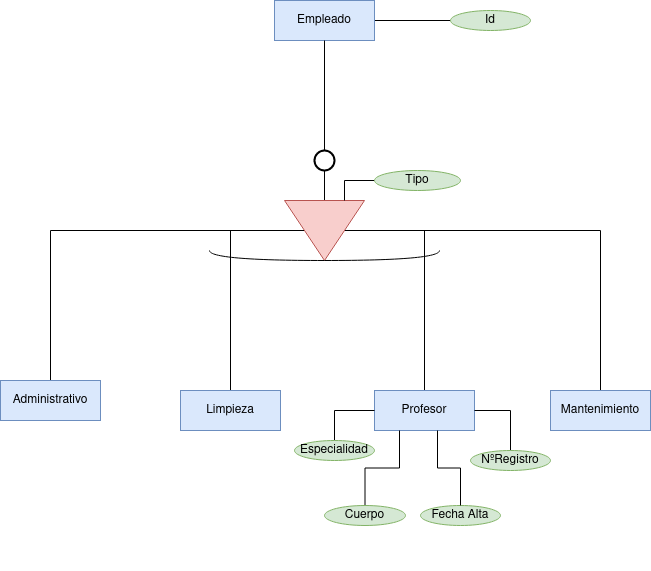
GgbGabrielGarcia/Base-Datos keeps this draw.io diagram as Unidad-1/Tareas/Tarea-2-3/Tarea 8.drawio.png. Above is the earlier version. Source tidied: cells renumbered, new cells last; positions are measured from the earlier drawing's top-left corner, leaving out a move shared by most shapes.
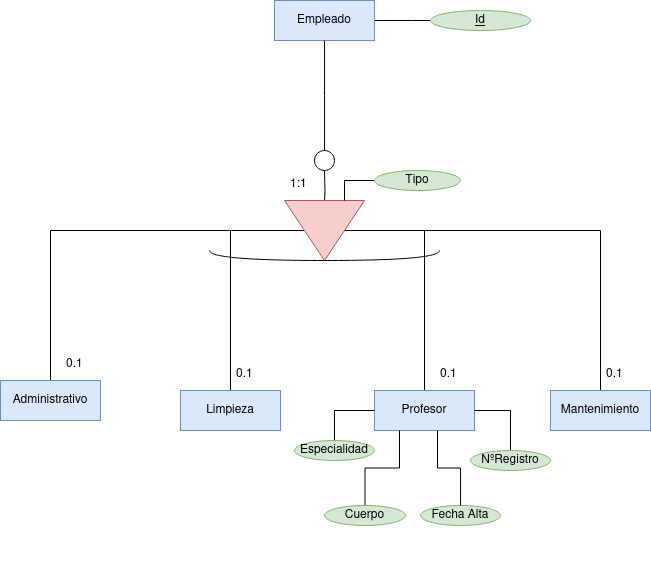
After the change.

Diff of the diagram source:
```diff
@@ -2,11 +2,15 @@
   <root>
     <mxCell id="0" />
     <mxCell id="1" parent="0" />
-    <mxCell id="2" style="edgeStyle=orthogonalEdgeStyle;rounded=0;jettySize=auto;html=1;endArrow=none;endFill=0;" parent="1" edge="1" source="28" target="8">
-      <mxGeometry relative="1" as="geometry" />
+    <mxCell id="2" style="edgeStyle=orthogonalEdgeStyle;rounded=0;jettySize=auto;html=1;endArrow=none;endFill=0;" parent="1" edge="1" target="8">
+      <mxGeometry relative="1" as="geometry">
+        <mxPoint x="324" y="170" as="sourcePoint" />
+      </mxGeometry>
     </mxCell>
-    <mxCell id="3" style="edgeStyle=orthogonalEdgeStyle;rounded=0;jettySize=auto;html=1;endArrow=none;endFill=0;" parent="1" edge="1" source="4" target="24">
-      <mxGeometry relative="1" as="geometry" />
+    <mxCell id="3" style="edgeStyle=orthogonalEdgeStyle;rounded=0;jettySize=auto;html=1;endArrow=none;endFill=0;" parent="1" edge="1" source="4">
+      <mxGeometry relative="1" as="geometry">
+        <mxPoint x="450" y="20" as="targetPoint" />
+      </mxGeometry>
     </mxCell>
     <mxCell id="4" value="Empleado" style="whiteSpace=wrap;html=1;align=center;fillColor=#dae8fc;strokeColor=#6c8ebf;" parent="1" vertex="1">
       <mxGeometry x="274" width="100" height="40" as="geometry" />
@@ -70,20 +74,37 @@
     <mxCell id="23" style="edgeStyle=orthogonalEdgeStyle;rounded=0;jettySize=auto;html=1;entryX=0.63;entryY=1;entryDx=0;entryDy=0;entryPerimeter=0;endArrow=none;endFill=0;" parent="1" edge="1" source="20" target="11">
       <mxGeometry relative="1" as="geometry" />
     </mxCell>
-    <mxCell id="24" value="Id" style="ellipse;whiteSpace=wrap;html=1;align=center;fillColor=#d5e8d4;strokeColor=#82b366;" parent="1" vertex="1">
-      <mxGeometry x="450" y="10" width="80" height="20" as="geometry" />
-    </mxCell>
     <mxCell id="25" style="edgeStyle=orthogonalEdgeStyle;rounded=0;jettySize=auto;html=1;entryX=0;entryY=0.25;entryDx=0;entryDy=0;endArrow=none;endFill=0;" parent="1" edge="1" source="26" target="8">
       <mxGeometry relative="1" as="geometry" />
     </mxCell>
     <mxCell id="26" value="Tipo" style="ellipse;whiteSpace=wrap;html=1;align=center;fillColor=#d5e8d4;strokeColor=#82b366;" parent="1" vertex="1">
       <mxGeometry x="374" y="170" width="86" height="20" as="geometry" />
     </mxCell>
-    <mxCell id="27" style="edgeStyle=orthogonalEdgeStyle;rounded=0;jettySize=auto;html=1;endArrow=none;endFill=0;" parent="1" edge="1" source="4" target="28">
-      <mxGeometry relative="1" as="geometry" />
+    <mxCell id="27" style="edgeStyle=orthogonalEdgeStyle;rounded=0;jettySize=auto;html=1;endArrow=none;endFill=0;" parent="1" edge="1" source="4">
+      <mxGeometry relative="1" as="geometry">
+        <mxPoint x="324" y="150" as="targetPoint" />
+      </mxGeometry>
     </mxCell>
-    <mxCell id="28" style="strokeWidth=2;html=1;shape=mxgraph.flowchart.start_2;whiteSpace=wrap;" parent="1" vertex="1">
-      <mxGeometry x="314" y="150" width="20" height="20" as="geometry" />
-    </mxCell>
+    <mxCell id="29" value="1:1" style="text;strokeColor=none;fillColor=none;spacingLeft=4;spacingRight=4;overflow=hidden;fontSize=12;whiteSpace=wrap;html=1;" parent="1" vertex="1">
+      <mxGeometry x="284" y="170" width="40" height="30" as="geometry" />
+    </mxCell>
+    <mxCell id="30" value="0.1" style="text;strokeColor=none;fillColor=none;spacingLeft=4;spacingRight=4;overflow=hidden;fontSize=12;whiteSpace=wrap;html=1;" parent="1" vertex="1">
+      <mxGeometry x="60" y="350" width="40" height="30" as="geometry" />
+    </mxCell>
+    <mxCell id="31" value="0.1" style="text;strokeColor=none;fillColor=none;spacingLeft=4;spacingRight=4;overflow=hidden;fontSize=12;whiteSpace=wrap;html=1;" parent="1" vertex="1">
+      <mxGeometry x="230" y="360" width="40" height="30" as="geometry" />
+    </mxCell>
+    <mxCell id="32" value="0.1" style="text;strokeColor=none;fillColor=none;spacingLeft=4;spacingRight=4;overflow=hidden;fontSize=12;whiteSpace=wrap;html=1;" parent="1" vertex="1">
+      <mxGeometry x="434" y="360" width="40" height="30" as="geometry" />
+    </mxCell>
+    <mxCell id="33" value="0.1" style="text;strokeColor=none;fillColor=none;spacingLeft=4;spacingRight=4;overflow=hidden;fontSize=12;whiteSpace=wrap;html=1;" parent="1" vertex="1">
+      <mxGeometry x="600" y="360" width="40" height="30" as="geometry" />
+    </mxCell>
+    <mxCell id="34" style="ellipse;whiteSpace=wrap;html=1;" parent="1" vertex="1">
+      <mxGeometry x="314" y="150" width="20" height="20" as="geometry" />
+    </mxCell>
+    <mxCell id="24" value="Id" style="ellipse;whiteSpace=wrap;html=1;align=center;fontStyle=4;fillColor=#d5e8d4;strokeColor=#82b366;" parent="1" vertex="1">
+      <mxGeometry x="430" y="10" width="100" height="20" as="geometry" />
+    </mxCell>
   </root>
 </mxGraphModel>
```
